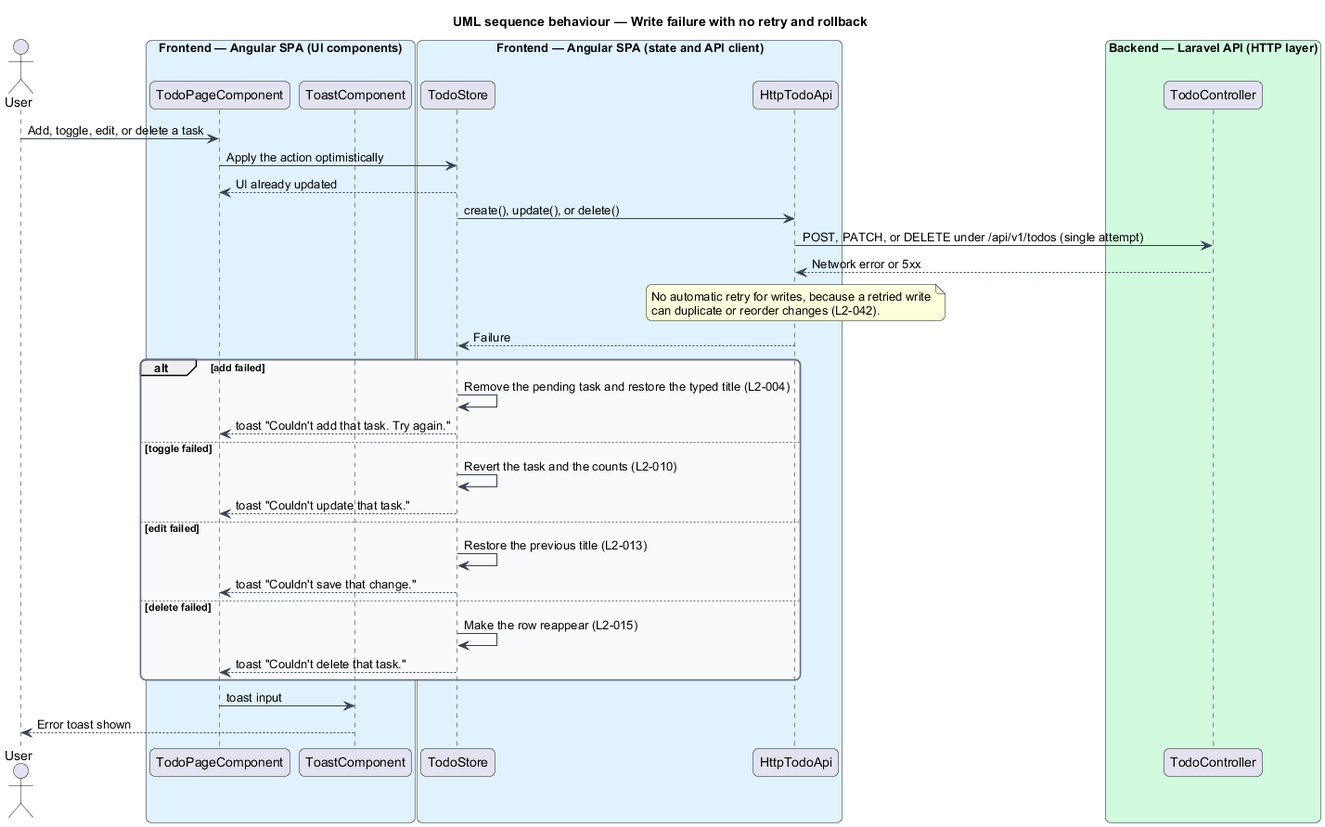
This is docs/detailed-designs/interface/handle-connectivity-failures/diagrams/sequence-write-failure-no-retry.png from QuinntyneBrown/php-todo-lab, a PlantUML export, as it was before one commit. Its diagram source:
```plantuml
@startuml
title UML sequence behaviour — Write failure with no retry and rollback
skinparam backgroundColor #FFFFFF
skinparam shadowing false
skinparam roundcorner 12
skinparam defaultFontName Arial
skinparam ArrowColor #344054
skinparam rectangle {
  BorderColor #344054
  FontColor #101828
}
skinparam package {
  BorderColor #667085
  FontColor #101828
  BackgroundColor #F9FAFB
}
actor "User" as user
box "Frontend — Angular SPA (UI components)" #E0F2FE
  participant "TodoPageComponent" as page
  participant "ToastComponent" as toast
end box
box "Frontend — Angular SPA (state and API client)" #E0F2FE
  participant "TodoStore" as store
  participant "HttpTodoApi" as api
end box
box "Backend — Laravel API (HTTP layer)" #D1FADF
  participant "TodoController" as controller
end box
user -> page : Add, toggle, edit, or delete a task
page -> store : Apply the action optimistically
store --> page : UI already updated
store -> api : create(), update(), or delete()
api -> controller : POST, PATCH, or DELETE under /api/v1/todos (single attempt)
controller --> api : Network error or 5xx
note over api
  No automatic retry for writes, because a retried write
  can duplicate or reorder changes (L2-042).
end note
api --> store : Failure
alt add failed
  store -> store : Remove the pending task and restore the typed title (L2-004)
  store --> page : toast "Couldn't add that task. Try again."
else toggle failed
  store -> store : Revert the task and the counts (L2-010)
  store --> page : toast "Couldn't update that task."
else edit failed
  store -> store : Restore the previous title (L2-013)
  store --> page : toast "Couldn't save that change."
else delete failed
  store -> store : Make the row reappear (L2-015)
  store --> page : toast "Couldn't delete that task."
end
page -> toast : toast input
toast --> user : Error toast shown
@enduml
```
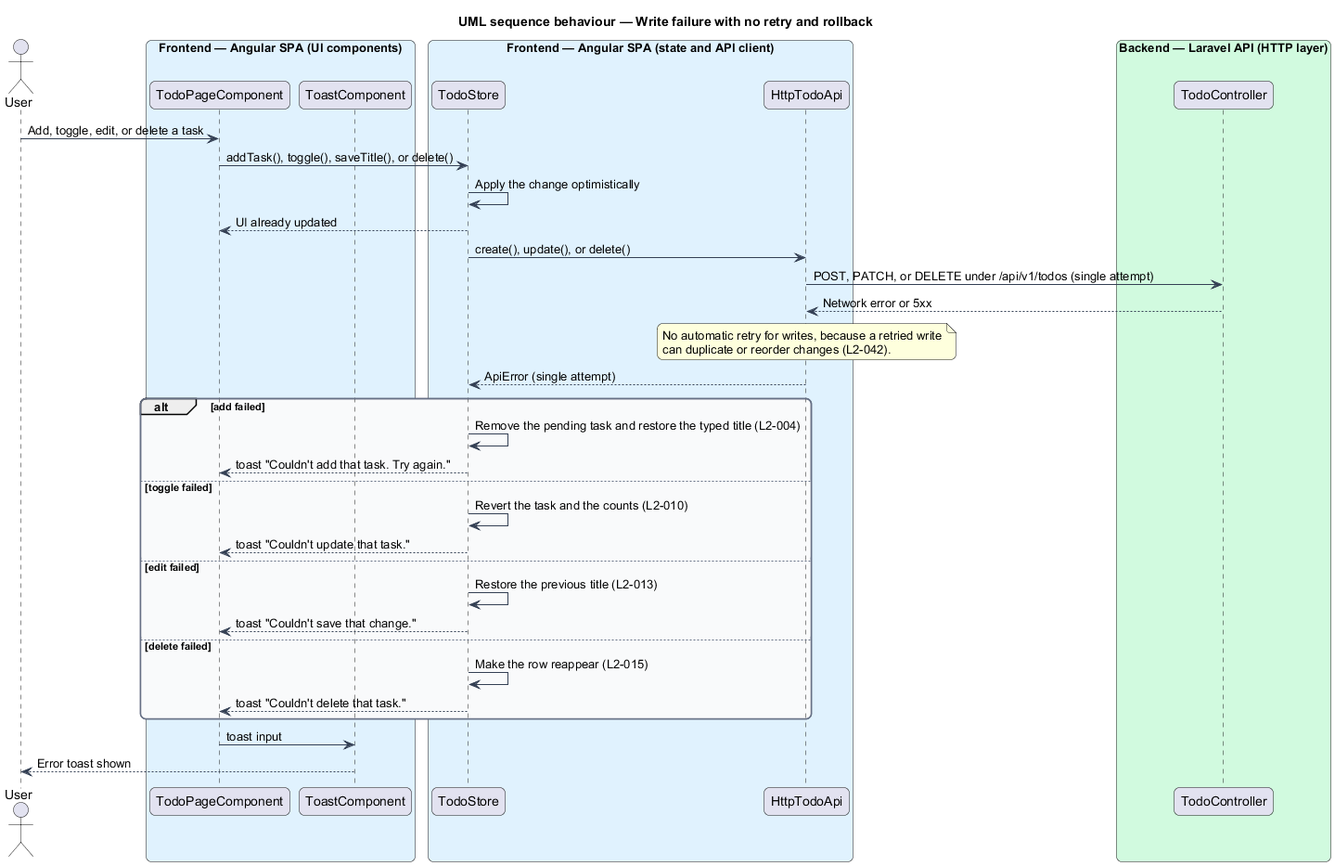
The same diagram one commit later.

What changed in the source:
```diff
@@ -27,7 +27,8 @@
   participant "TodoController" as controller
 end box
 user -> page : Add, toggle, edit, or delete a task
-page -> store : Apply the action optimistically
+page -> store : addTask(), toggle(), saveTitle(), or delete()
+store -> store : Apply the change optimistically
 store --> page : UI already updated
 store -> api : create(), update(), or delete()
 api -> controller : POST, PATCH, or DELETE under /api/v1/todos (single attempt)
@@ -36,7 +37,7 @@
   No automatic retry for writes, because a retried write
   can duplicate or reorder changes (L2-042).
 end note
-api --> store : Failure
+api --> store : ApiError (single attempt)
 alt add failed
   store -> store : Remove the pending task and restore the typed title (L2-004)
   store --> page : toast "Couldn't add that task. Try again."
```
